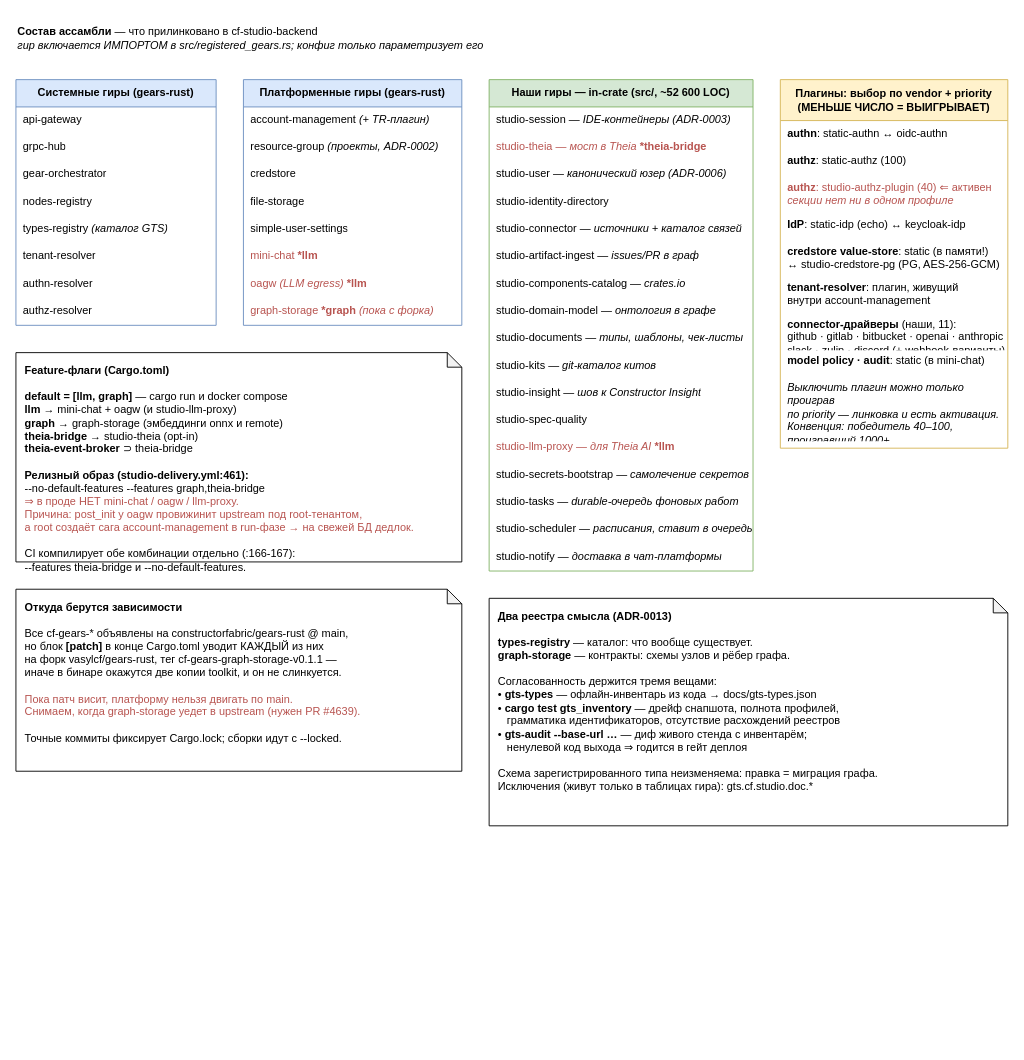
The draw.io diagram page "2 · Сборка бинаря" (2 of 3) of studio-backend/docs/architecture/studio-web-architecture.drawio in constructorfabric/studio-web, before the edit. Source tidied: cells renumbered, new cells numbered last; positions are measured from the earlier drawing's top-left corner, leaving out a move shared by most shapes. Both pictures are drawn from the tidied source at 91%, with x=0, y=0 at pixel (15, 15).
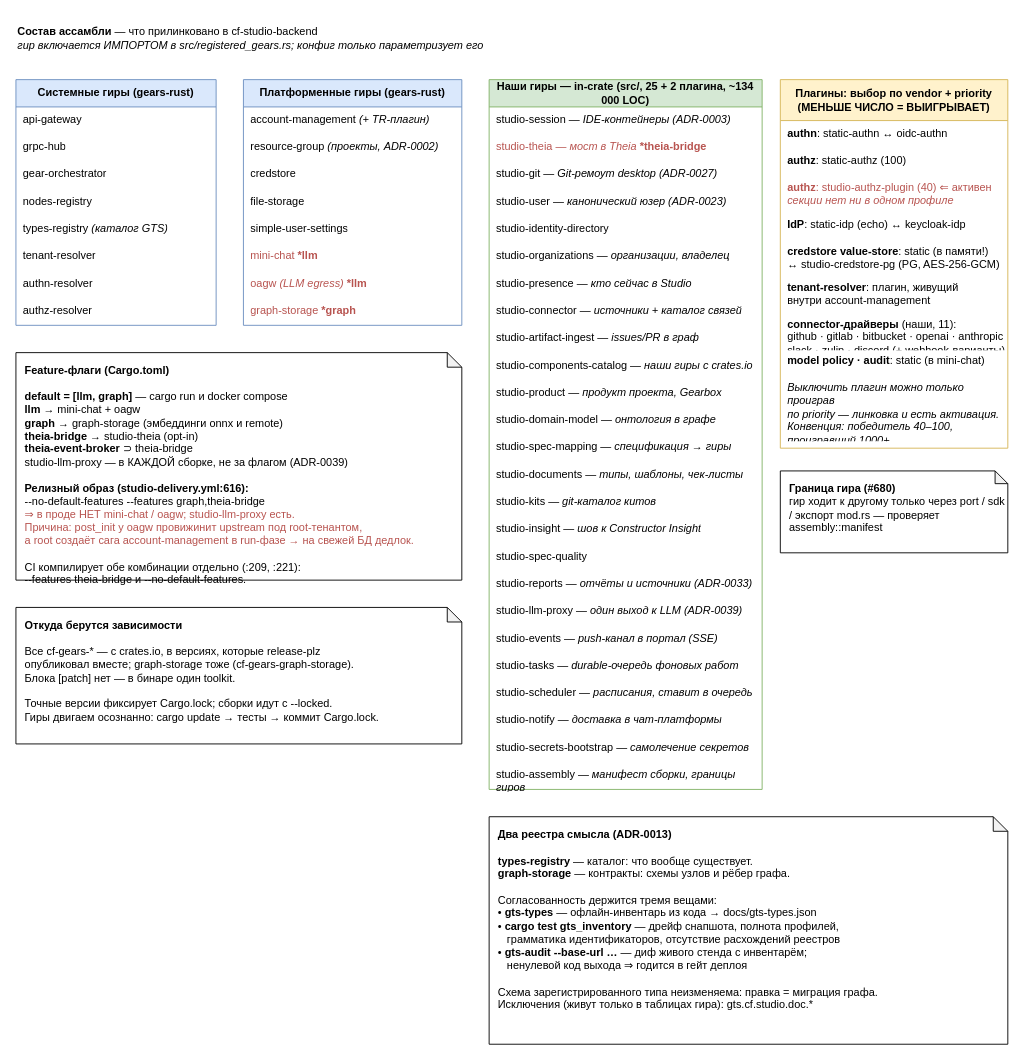
After the change.

Commit message (it also covers changes not shown here):
docs(architecture): the diagram shows all 27 Studio gears, studio-llm-proxy in every build, and crates.io with no [patch]

Pages 1 and 2 of studio-web-architecture.drawio dated from 2026-09-24:
eight gears were missing (assembly, events, git, organizations, presence,
product, reports, spec-mapping), studio-llm-proxy was drawn behind `llm`,
graph-storage came "from a fork" through a [patch] block that is gone, and
the gear-boundary rule from #680 was not there. Page 3 (profiles, CI) is
left for its own pass.

Unchanged cells that the change refers to:
```xml
<mxCell id="12" value="Платформенные гиры (gears-rust)" style="swimlane;whiteSpace=wrap;html=1;horizontal=1;startSize=30;fillColor=#dae8fc;strokeColor=#6c8ebf;" parent="1" vertex="1">
  <mxGeometry x="250" y="70" width="240" height="270" as="geometry" />
</mxCell>
```

The edit, as a diff of the source:
```diff
@@
-    <mxCell id="20" value="graph-storage &lt;b&gt;*graph&lt;/b&gt; &lt;i&gt;(пока с форка)&lt;/i&gt;" style="text;html=1;strokeColor=none;fillColor=none;align=left;spacingLeft=6;overflow=hidden;whiteSpace=wrap;fontColor=#B85450;" parent="12" vertex="1">
+    <mxCell id="20" value="graph-storage &lt;b&gt;*graph&lt;/b&gt;" style="text;html=1;strokeColor=none;fillColor=none;align=left;spacingLeft=6;overflow=hidden;whiteSpace=wrap;fontColor=#B85450;" parent="12" vertex="1">
       <mxGeometry y="240" width="240" height="30" as="geometry" />
     </mxCell>
-    <mxCell id="21" value="Наши гиры — in-crate (src/, ~52 600 LOC)" style="swimlane;whiteSpace=wrap;html=1;horizontal=1;startSize=30;fillColor=#d5e8d4;strokeColor=#82b366;" parent="1" vertex="1">
-      <mxGeometry x="520" y="70" width="290" height="540" as="geometry" />
+    <mxCell id="21" value="Наши гиры — in-crate (src/, 25 + 2 плагина, ~134 000 LOC)" style="swimlane;whiteSpace=wrap;html=1;horizontal=1;startSize=30;fillColor=#d5e8d4;strokeColor=#82b366;" parent="1" vertex="1">
+      <mxGeometry x="520" y="70" width="300" height="780" as="geometry" />
     </mxCell>
     <mxCell id="22" value="studio-session &lt;i&gt;— IDE-контейнеры (ADR-0003)&lt;/i&gt;" style="text;html=1;strokeColor=none;fillColor=none;align=left;spacingLeft=6;overflow=hidden;whiteSpace=wrap;" parent="21" vertex="1">
-      <mxGeometry y="30" width="290" height="30" as="geometry" />
+      <mxGeometry y="30" width="300" height="30" as="geometry" />
     </mxCell>
     <mxCell id="23" value="studio-theia &lt;i&gt;— мост в Theia&lt;/i&gt; &lt;b&gt;*theia-bridge&lt;/b&gt;" style="text;html=1;strokeColor=none;fillColor=none;align=left;spacingLeft=6;overflow=hidden;whiteSpace=wrap;fontColor=#B85450;" parent="21" vertex="1">
-      <mxGeometry y="60" width="290" height="30" as="geometry" />
+      <mxGeometry y="60" width="300" height="30" as="geometry" />
     </mxCell>
-    <mxCell id="24" value="studio-user &lt;i&gt;— канонический юзер (ADR-0006)&lt;/i&gt;" style="text;html=1;strokeColor=none;fillColor=none;align=left;spacingLeft=6;overflow=hidden;whiteSpace=wrap;" parent="21" vertex="1">
-      <mxGeometry y="90" width="290" height="30" as="geometry" />
+    <mxCell id="24" value="studio-git &lt;i&gt;— Git-ремоут desktop (ADR-0027)&lt;/i&gt;" style="text;html=1;strokeColor=none;fillColor=none;align=left;spacingLeft=6;overflow=hidden;whiteSpace=wrap;" parent="21" vertex="1">
+      <mxGeometry y="90" width="300" height="30" as="geometry" />
     </mxCell>
-    <mxCell id="25" value="studio-identity-directory" style="text;html=1;strokeColor=none;fillColor=none;align=left;spacingLeft=6;overflow=hidden;whiteSpace=wrap;" parent="21" vertex="1">
-      <mxGeometry y="120" width="290" height="30" as="geometry" />
+    <mxCell id="25" value="studio-user &lt;i&gt;— канонический юзер (ADR-0023)&lt;/i&gt;" style="text;html=1;strokeColor=none;fillColor=none;align=left;spacingLeft=6;overflow=hidden;whiteSpace=wrap;" parent="21" vertex="1">
+      <mxGeometry y="120" width="300" height="30" as="geometry" />
     </mxCell>
-    <mxCell id="26" value="studio-connector &lt;i&gt;— источники + каталог связей&lt;/i&gt;" style="text;html=1;strokeColor=none;fillColor=none;align=left;spacingLeft=6;overflow=hidden;whiteSpace=wrap;" parent="21" vertex="1">
-      <mxGeometry y="150" width="290" height="30" as="geometry" />
+    <mxCell id="26" value="studio-identity-directory" style="text;html=1;strokeColor=none;fillColor=none;align=left;spacingLeft=6;overflow=hidden;whiteSpace=wrap;" parent="21" vertex="1">
+      <mxGeometry y="150" width="300" height="30" as="geometry" />
     </mxCell>
-    <mxCell id="27" value="studio-artifact-ingest &lt;i&gt;— issues/PR в граф&lt;/i&gt;" style="text;html=1;strokeColor=none;fillColor=none;align=left;spacingLeft=6;overflow=hidden;whiteSpace=wrap;" parent="21" vertex="1">
-      <mxGeometry y="180" width="290" height="30" as="geometry" />
+    <mxCell id="27" value="studio-organizations &lt;i&gt;— организации, владелец&lt;/i&gt;" style="text;html=1;strokeColor=none;fillColor=none;align=left;spacingLeft=6;overflow=hidden;whiteSpace=wrap;" parent="21" vertex="1">
+      <mxGeometry y="180" width="300" height="30" as="geometry" />
     </mxCell>
-    <mxCell id="28" value="studio-components-catalog &lt;i&gt;— crates.io&lt;/i&gt;" style="text;html=1;strokeColor=none;fillColor=none;align=left;spacingLeft=6;overflow=hidden;whiteSpace=wrap;" parent="21" vertex="1">
-      <mxGeometry y="210" width="290" height="30" as="geometry" />
+    <mxCell id="28" value="studio-presence &lt;i&gt;— кто сейчас в Studio&lt;/i&gt;" style="text;html=1;strokeColor=none;fillColor=none;align=left;spacingLeft=6;overflow=hidden;whiteSpace=wrap;" parent="21" vertex="1">
+      <mxGeometry y="210" width="300" height="30" as="geometry" />
     </mxCell>
-    <mxCell id="29" value="studio-domain-model &lt;i&gt;— онтология в графе&lt;/i&gt;" style="text;html=1;strokeColor=none;fillColor=none;align=left;spacingLeft=6;overflow=hidden;whiteSpace=wrap;" parent="21" vertex="1">
-      <mxGeometry y="240" width="290" height="30" as="geometry" />
+    <mxCell id="29" value="studio-connector &lt;i&gt;— источники + каталог связей&lt;/i&gt;" style="text;html=1;strokeColor=none;fillColor=none;align=left;spacingLeft=6;overflow=hidden;whiteSpace=wrap;" parent="21" vertex="1">
+      <mxGeometry y="240" width="300" height="30" as="geometry" />
     </mxCell>
-    <mxCell id="30" value="studio-documents &lt;i&gt;— типы, шаблоны, чек-листы&lt;/i&gt;" style="text;html=1;strokeColor=none;fillColor=none;align=left;spacingLeft=6;overflow=hidden;whiteSpace=wrap;" parent="21" vertex="1">
-      <mxGeometry y="270" width="290" height="30" as="geometry" />
+    <mxCell id="30" value="studio-artifact-ingest &lt;i&gt;— issues/PR в граф&lt;/i&gt;" style="text;html=1;strokeColor=none;fillColor=none;align=left;spacingLeft=6;overflow=hidden;whiteSpace=wrap;" parent="21" vertex="1">
+      <mxGeometry y="270" width="300" height="30" as="geometry" />
     </mxCell>
-    <mxCell id="31" value="studio-kits &lt;i&gt;— git-каталог китов&lt;/i&gt;" style="text;html=1;strokeColor=none;fillColor=none;align=left;spacingLeft=6;overflow=hidden;whiteSpace=wrap;" parent="21" vertex="1">
-      <mxGeometry y="300" width="290" height="30" as="geometry" />
+    <mxCell id="31" value="studio-components-catalog &lt;i&gt;— наши гиры с crates.io&lt;/i&gt;" style="text;html=1;strokeColor=none;fillColor=none;align=left;spacingLeft=6;overflow=hidden;whiteSpace=wrap;" parent="21" vertex="1">
+      <mxGeometry y="300" width="300" height="30" as="geometry" />
     </mxCell>
-    <mxCell id="32" value="studio-insight &lt;i&gt;— шов к Constructor Insight&lt;/i&gt;" style="text;html=1;strokeColor=none;fillColor=none;align=left;spacingLeft=6;overflow=hidden;whiteSpace=wrap;" parent="21" vertex="1">
-      <mxGeometry y="330" width="290" height="30" as="geometry" />
+    <mxCell id="32" value="studio-product &lt;i&gt;— продукт проекта, Gearbox&lt;/i&gt;" style="text;html=1;strokeColor=none;fillColor=none;align=left;spacingLeft=6;overflow=hidden;whiteSpace=wrap;" parent="21" vertex="1">
+      <mxGeometry y="330" width="300" height="30" as="geometry" />
     </mxCell>
-    <mxCell id="33" value="studio-spec-quality" style="text;html=1;strokeColor=none;fillColor=none;align=left;spacingLeft=6;overflow=hidden;whiteSpace=wrap;" parent="21" vertex="1">
-      <mxGeometry y="360" width="290" height="30" as="geometry" />
+    <mxCell id="33" value="studio-domain-model &lt;i&gt;— онтология в графе&lt;/i&gt;" style="text;html=1;strokeColor=none;fillColor=none;align=left;spacingLeft=6;overflow=hidden;whiteSpace=wrap;" parent="21" vertex="1">
+      <mxGeometry y="360" width="300" height="30" as="geometry" />
     </mxCell>
-    <mxCell id="34" value="studio-llm-proxy &lt;i&gt;— для Theia AI&lt;/i&gt; &lt;b&gt;*llm&lt;/b&gt;" style="text;html=1;strokeColor=none;fillColor=none;align=left;spacingLeft=6;overflow=hidden;whiteSpace=wrap;fontColor=#B85450;" parent="21" vertex="1">
-      <mxGeometry y="390" width="290" height="30" as="geometry" />
+    <mxCell id="34" value="studio-spec-mapping &lt;i&gt;— спецификация → гиры&lt;/i&gt;" style="text;html=1;strokeColor=none;fillColor=none;align=left;spacingLeft=6;overflow=hidden;whiteSpace=wrap;" parent="21" vertex="1">
+      <mxGeometry y="390" width="300" height="30" as="geometry" />
     </mxCell>
-    <mxCell id="35" value="studio-secrets-bootstrap &lt;i&gt;— самолечение секретов&lt;/i&gt;" style="text;html=1;strokeColor=none;fillColor=none;align=left;spacingLeft=6;overflow=hidden;whiteSpace=wrap;" parent="21" vertex="1">
-      <mxGeometry y="420" width="290" height="30" as="geometry" />
+    <mxCell id="35" value="studio-documents &lt;i&gt;— типы, шаблоны, чек-листы&lt;/i&gt;" style="text;html=1;strokeColor=none;fillColor=none;align=left;spacingLeft=6;overflow=hidden;whiteSpace=wrap;" parent="21" vertex="1">
+      <mxGeometry y="420" width="300" height="30" as="geometry" />
     </mxCell>
-    <mxCell id="36" value="studio-tasks &lt;i&gt;— durable-очередь фоновых работ&lt;/i&gt;" style="text;html=1;strokeColor=none;fillColor=none;align=left;spacingLeft=6;overflow=hidden;whiteSpace=wrap;" parent="21" vertex="1">
-      <mxGeometry y="450" width="290" height="30" as="geometry" />
+    <mxCell id="36" value="studio-kits &lt;i&gt;— git-каталог китов&lt;/i&gt;" style="text;html=1;strokeColor=none;fillColor=none;align=left;spacingLeft=6;overflow=hidden;whiteSpace=wrap;" parent="21" vertex="1">
+      <mxGeometry y="450" width="300" height="30" as="geometry" />
     </mxCell>
-    <mxCell id="37" value="studio-scheduler &lt;i&gt;— расписания, ставит в очередь&lt;/i&gt;" style="text;html=1;strokeColor=none;fillColor=none;align=left;spacingLeft=6;overflow=hidden;whiteSpace=wrap;" parent="21" vertex="1">
-      <mxGeometry y="480" width="290" height="30" as="geometry" />
+    <mxCell id="37" value="studio-insight &lt;i&gt;— шов к Constructor Insight&lt;/i&gt;" style="text;html=1;strokeColor=none;fillColor=none;align=left;spacingLeft=6;overflow=hidden;whiteSpace=wrap;" parent="21" vertex="1">
+      <mxGeometry y="480" width="300" height="30" as="geometry" />
     </mxCell>
-    <mxCell id="38" value="studio-notify &lt;i&gt;— доставка в чат-платформы&lt;/i&gt;" style="text;html=1;strokeColor=none;fillColor=none;align=left;spacingLeft=6;overflow=hidden;whiteSpace=wrap;" parent="21" vertex="1">
-      <mxGeometry y="510" width="290" height="30" as="geometry" />
+    <mxCell id="38" value="studio-spec-quality" style="text;html=1;strokeColor=none;fillColor=none;align=left;spacingLeft=6;overflow=hidden;whiteSpace=wrap;" parent="21" vertex="1">
+      <mxGeometry y="510" width="300" height="30" as="geometry" />
     </mxCell>
+    <mxCell id="52" value="studio-reports &lt;i&gt;— отчёты и источники (ADR-0033)&lt;/i&gt;" style="text;html=1;strokeColor=none;fillColor=none;align=left;spacingLeft=6;overflow=hidden;whiteSpace=wrap;" parent="21" vertex="1">
+      <mxGeometry y="540" width="300" height="30" as="geometry" />
+    </mxCell>
+    <mxCell id="53" value="studio-llm-proxy &lt;i&gt;— один выход к LLM (ADR-0039)&lt;/i&gt;" style="text;html=1;strokeColor=none;fillColor=none;align=left;spacingLeft=6;overflow=hidden;whiteSpace=wrap;" parent="21" vertex="1">
+      <mxGeometry y="570" width="300" height="30" as="geometry" />
+    </mxCell>
+    <mxCell id="54" value="studio-events &lt;i&gt;— push-канал в портал (SSE)&lt;/i&gt;" style="text;html=1;strokeColor=none;fillColor=none;align=left;spacingLeft=6;overflow=hidden;whiteSpace=wrap;" parent="21" vertex="1">
+      <mxGeometry y="600" width="300" height="30" as="geometry" />
+    </mxCell>
+    <mxCell id="55" value="studio-tasks &lt;i&gt;— durable-очередь фоновых работ&lt;/i&gt;" style="text;html=1;strokeColor=none;fillColor=none;align=left;spacingLeft=6;overflow=hidden;whiteSpace=wrap;" parent="21" vertex="1">
+      <mxGeometry y="630" width="300" height="30" as="geometry" />
+    </mxCell>
+    <mxCell id="56" value="studio-scheduler &lt;i&gt;— расписания, ставит в очередь&lt;/i&gt;" style="text;html=1;strokeColor=none;fillColor=none;align=left;spacingLeft=6;overflow=hidden;whiteSpace=wrap;" parent="21" vertex="1">
+      <mxGeometry y="660" width="300" height="30" as="geometry" />
+    </mxCell>
+    <mxCell id="57" value="studio-notify &lt;i&gt;— доставка в чат-платформы&lt;/i&gt;" style="text;html=1;strokeColor=none;fillColor=none;align=left;spacingLeft=6;overflow=hidden;whiteSpace=wrap;" parent="21" vertex="1">
+      <mxGeometry y="690" width="300" height="30" as="geometry" />
+    </mxCell>
+    <mxCell id="58" value="studio-secrets-bootstrap &lt;i&gt;— самолечение секретов&lt;/i&gt;" style="text;html=1;strokeColor=none;fillColor=none;align=left;spacingLeft=6;overflow=hidden;whiteSpace=wrap;" parent="21" vertex="1">
+      <mxGeometry y="720" width="300" height="30" as="geometry" />
+    </mxCell>
+    <mxCell id="59" value="studio-assembly &lt;i&gt;— манифест сборки, границы гиров&lt;/i&gt;" style="text;html=1;strokeColor=none;fillColor=none;align=left;spacingLeft=6;overflow=hidden;whiteSpace=wrap;" parent="21" vertex="1">
+      <mxGeometry y="750" width="300" height="30" as="geometry" />
+    </mxCell>
@@
+    <mxCell id="60" value="&lt;b&gt;Граница гира (#680)&lt;/b&gt;&lt;br&gt;гир ходит к другому только через port / sdk / экспорт mod.rs — проверяет assembly::manifest" style="shape=note;whiteSpace=wrap;html=1;backgroundOutline=1;darkOpacity=0.05;fillColor=#ffffff;align=left;spacingLeft=8;size=14;verticalAlign=top;spacingTop=6;" parent="1" vertex="1">
+      <mxGeometry x="840" y="500" width="250" height="90" as="geometry" />
+    </mxCell>
-    <mxCell id="49" value="&lt;b&gt;Feature-флаги (Cargo.toml)&lt;/b&gt;&lt;br&gt;&lt;br&gt;&lt;b&gt;default = [llm, graph]&lt;/b&gt; — cargo run и docker compose&lt;br&gt;&lt;b&gt;llm&lt;/b&gt; → mini-chat + oagw (и studio-llm-proxy)&lt;br&gt;&lt;b&gt;graph&lt;/b&gt; → graph-storage (эмбеддинги onnx и remote)&lt;br&gt;&lt;b&gt;theia-bridge&lt;/b&gt; → studio-theia (opt-in)&lt;br&gt;&lt;b&gt;theia-event-broker&lt;/b&gt; ⊃ theia-bridge&lt;br&gt;&lt;br&gt;&lt;b&gt;Релизный образ (studio-delivery.yml:461):&lt;/b&gt;&lt;br&gt;--no-default-features --features graph,theia-bridge&lt;br&gt;&lt;font color=&quot;#B85450&quot;&gt;⇒ в проде НЕТ mini-chat / oagw / llm-proxy.&lt;br&gt;Причина: post_init у oagw провижинит upstream под root-тенантом,&lt;br&gt;а root создаёт сага account-management в run-фазе → на свежей БД дедлок.&lt;/font&gt;&lt;br&gt;&lt;br&gt;CI компилирует обе комбинации отдельно (:166-167):&lt;br&gt;--features theia-bridge и --no-default-features." style="shape=note;whiteSpace=wrap;html=1;backgroundOutline=1;darkOpacity=0.05;fillColor=#ffffff;align=left;spacingLeft=8;size=16;verticalAlign=top;spacingTop=6;" parent="1" vertex="1">
-      <mxGeometry y="370" width="490" height="230" as="geometry" />
+    <mxCell id="49" value="&lt;b&gt;Feature-флаги (Cargo.toml)&lt;/b&gt;&lt;br&gt;&lt;br&gt;&lt;b&gt;default = [llm, graph]&lt;/b&gt; — cargo run и docker compose&lt;br&gt;&lt;b&gt;llm&lt;/b&gt; → mini-chat + oagw&lt;br&gt;&lt;b&gt;graph&lt;/b&gt; → graph-storage (эмбеддинги onnx и remote)&lt;br&gt;&lt;b&gt;theia-bridge&lt;/b&gt; → studio-theia (opt-in)&lt;br&gt;&lt;b&gt;theia-event-broker&lt;/b&gt; ⊃ theia-bridge&lt;br&gt;studio-llm-proxy — в КАЖДОЙ сборке, не за флагом (ADR-0039)&lt;br&gt;&lt;br&gt;&lt;b&gt;Релизный образ (studio-delivery.yml:616):&lt;/b&gt;&lt;br&gt;--no-default-features --features graph,theia-bridge&lt;br&gt;&lt;font color=&quot;#B85450&quot;&gt;⇒ в проде НЕТ mini-chat / oagw; studio-llm-proxy есть.&lt;br&gt;Причина: post_init у oagw провижинит upstream под root-тенантом,&lt;br&gt;а root создаёт сага account-management в run-фазе → на свежей БД дедлок.&lt;/font&gt;&lt;br&gt;&lt;br&gt;CI компилирует обе комбинации отдельно (:209, :221):&lt;br&gt;--features theia-bridge и --no-default-features." style="shape=note;whiteSpace=wrap;html=1;backgroundOutline=1;darkOpacity=0.05;fillColor=#ffffff;align=left;spacingLeft=8;size=16;verticalAlign=top;spacingTop=6;" parent="1" vertex="1">
+      <mxGeometry y="370" width="490" height="250" as="geometry" />
     </mxCell>
-    <mxCell id="50" value="&lt;b&gt;Откуда берутся зависимости&lt;/b&gt;&lt;br&gt;&lt;br&gt;Все cf-gears-* объявлены на constructorfabric/gears-rust @ main,&lt;br&gt;но блок &lt;b&gt;[patch]&lt;/b&gt; в конце Cargo.toml уводит КАЖДЫЙ из них&lt;br&gt;на форк vasylcf/gears-rust, тег cf-gears-graph-storage-v0.1.1 —&lt;br&gt;иначе в бинаре окажутся две копии toolkit, и он не слинкуется.&lt;br&gt;&lt;br&gt;&lt;font color=&quot;#B85450&quot;&gt;Пока патч висит, платформу нельзя двигать по main.&lt;br&gt;Снимаем, когда graph-storage уедет в upstream (нужен PR #4639).&lt;/font&gt;&lt;br&gt;&lt;br&gt;Точные коммиты фиксирует Cargo.lock; сборки идут с --locked." style="shape=note;whiteSpace=wrap;html=1;backgroundOutline=1;darkOpacity=0.05;fillColor=#ffffff;align=left;spacingLeft=8;size=16;verticalAlign=top;spacingTop=6;" parent="1" vertex="1">
-      <mxGeometry y="630" width="490" height="200" as="geometry" />
+    <mxCell id="50" value="&lt;b&gt;Откуда берутся зависимости&lt;/b&gt;&lt;br&gt;&lt;br&gt;Все cf-gears-* — с crates.io, в версиях, которые release-plz&lt;br&gt;опубликовал вместе; graph-storage тоже (cf-gears-graph-storage).&lt;br&gt;Блока [patch] нет — в бинаре один toolkit.&lt;br&gt;&lt;br&gt;Точные версии фиксирует Cargo.lock; сборки идут с --locked.&lt;br&gt;Гиры двигаем осознанно: cargo update → тесты → коммит Cargo.lock." style="shape=note;whiteSpace=wrap;html=1;backgroundOutline=1;darkOpacity=0.05;fillColor=#ffffff;align=left;spacingLeft=8;size=16;verticalAlign=top;spacingTop=6;" parent="1" vertex="1">
+      <mxGeometry y="650" width="490" height="150" as="geometry" />
     </mxCell>
     <mxCell id="51" value="&lt;b&gt;Два реестра смысла (ADR-0013)&lt;/b&gt;&lt;br&gt;&lt;br&gt;&lt;b&gt;types-registry&lt;/b&gt; — каталог: что вообще существует.&lt;br&gt;&lt;b&gt;graph-storage&lt;/b&gt; — контракты: схемы узлов и рёбер графа.&lt;br&gt;&lt;br&gt;Согласованность держится тремя вещами:&lt;br&gt;• &lt;b&gt;gts-types&lt;/b&gt; — офлайн-инвентарь из кода → docs/gts-types.json&lt;br&gt;• &lt;b&gt;cargo test gts_inventory&lt;/b&gt; — дрейф снапшота, полнота профилей,&lt;br&gt;&amp;nbsp;&amp;nbsp;&amp;nbsp;грамматика идентификаторов, отсутствие расхождений реестров&lt;br&gt;• &lt;b&gt;gts-audit --base-url …&lt;/b&gt; — диф живого стенда с инвентарём;&lt;br&gt;&amp;nbsp;&amp;nbsp;&amp;nbsp;ненулевой код выхода ⇒ годится в гейт деплоя&lt;br&gt;&lt;br&gt;Схема зарегистрированного типа неизменяема: правка = миграция графа.&lt;br&gt;Исключения (живут только в таблицах гира): gts.cf.studio.doc.*" style="shape=note;whiteSpace=wrap;html=1;backgroundOutline=1;darkOpacity=0.05;fillColor=#ffffff;align=left;spacingLeft=8;size=16;verticalAlign=top;spacingTop=6;" parent="1" vertex="1">
-      <mxGeometry x="520" y="640" width="570" height="250" as="geometry" />
+      <mxGeometry x="520" y="880" width="570" height="250" as="geometry" />
     </mxCell>
```
